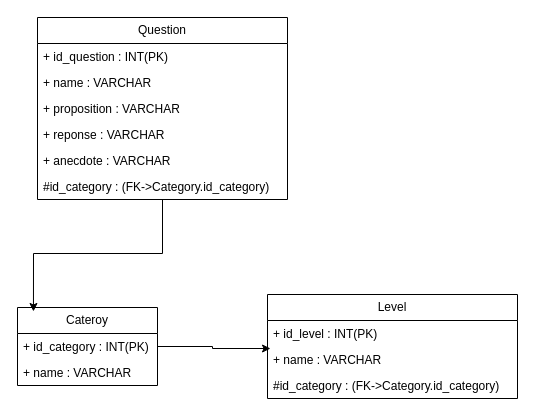
senga200/trivialPWA keeps this draw.io diagram as Diagramme sans nom.drawio. Above is the earlier version. Source tidied: cells renumbered, new cells numbered last; positions are measured from the earlier drawing's top-left corner, leaving out a move shared by most shapes. Both pictures are drawn from the tidied source at 100%, with x=0, y=0 at pixel (17, 17).
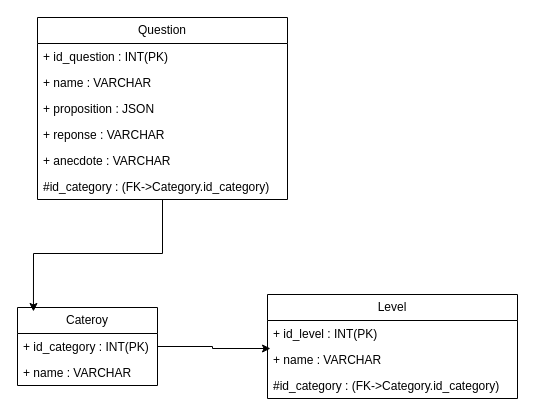
Above is the later version.

The edit, as a diff of the source:
```diff
@@
 <mxGraphModel>
   <root>
     <mxCell id="0" />
     <mxCell id="1" parent="0" />
     <mxCell id="2" value="Cateroy" style="swimlane;fontStyle=0;horizontal=1;startSize=26;fillColor=none;whiteSpace=wrap;html=1;" parent="1" vertex="1">
       <mxGeometry y="290" width="140" height="78" as="geometry" />
     </mxCell>
     <mxCell id="3" value="+ id_category : INT(PK)" style="text;strokeColor=none;fillColor=none;align=left;verticalAlign=top;spacingLeft=4;spacingRight=4;overflow=hidden;whiteSpace=wrap;html=1;" parent="2" vertex="1">
       <mxGeometry y="26" width="140" height="26" as="geometry" />
     </mxCell>
     <mxCell id="4" value="+ name : VARCHAR" style="text;strokeColor=none;fillColor=none;align=left;verticalAlign=top;spacingLeft=4;spacingRight=4;overflow=hidden;whiteSpace=wrap;html=1;" parent="2" vertex="1">
       <mxGeometry y="52" width="140" height="26" as="geometry" />
     </mxCell>
     <mxCell id="5" value="Level" style="swimlane;fontStyle=0;horizontal=1;startSize=26;fillColor=none;whiteSpace=wrap;html=1;" parent="1" vertex="1">
       <mxGeometry x="250" y="277" width="250" height="104" as="geometry" />
     </mxCell>
     <mxCell id="6" value="+ id_level : INT(PK)" style="text;strokeColor=none;fillColor=none;align=left;verticalAlign=top;spacingLeft=4;spacingRight=4;overflow=hidden;whiteSpace=wrap;html=1;" parent="5" vertex="1">
       <mxGeometry y="26" width="250" height="26" as="geometry" />
     </mxCell>
     <mxCell id="7" value="+ name : VARCHAR" style="text;strokeColor=none;fillColor=none;align=left;verticalAlign=top;spacingLeft=4;spacingRight=4;overflow=hidden;points=[[0,0.5],[1,0.5]];portConstraint=eastwest;whiteSpace=wrap;html=1;" parent="5" vertex="1">
       <mxGeometry y="52" width="250" height="26" as="geometry" />
     </mxCell>
     <mxCell id="8" value="#id_category : (FK-&amp;gt;Category.id_category)" style="text;strokeColor=none;fillColor=none;align=left;verticalAlign=top;spacingLeft=4;spacingRight=4;overflow=hidden;whiteSpace=wrap;html=1;" parent="5" vertex="1">
       <mxGeometry y="78" width="250" height="26" as="geometry" />
     </mxCell>
     <mxCell id="9" value="Question" style="swimlane;fontStyle=0;horizontal=1;startSize=26;fillColor=none;whiteSpace=wrap;html=1;" parent="1" vertex="1">
       <mxGeometry x="20" width="250" height="182" as="geometry" />
     </mxCell>
     <mxCell id="10" value="+ id_question : INT(PK)" style="text;strokeColor=none;fillColor=none;align=left;verticalAlign=top;spacingLeft=4;spacingRight=4;overflow=hidden;whiteSpace=wrap;html=1;" parent="9" vertex="1">
       <mxGeometry y="26" width="250" height="26" as="geometry" />
     </mxCell>
     <mxCell id="11" value="+ name : VARCHAR" style="text;strokeColor=none;fillColor=none;align=left;verticalAlign=top;spacingLeft=4;spacingRight=4;overflow=hidden;whiteSpace=wrap;html=1;" parent="9" vertex="1">
       <mxGeometry y="52" width="250" height="26" as="geometry" />
     </mxCell>
-    <mxCell id="12" value="+ proposition : VARCHAR" style="text;strokeColor=none;fillColor=none;align=left;verticalAlign=top;spacingLeft=4;spacingRight=4;overflow=hidden;whiteSpace=wrap;html=1;" parent="9" vertex="1">
+    <mxCell id="12" value="+ proposition : JSON" style="text;strokeColor=none;fillColor=none;align=left;verticalAlign=top;spacingLeft=4;spacingRight=4;overflow=hidden;whiteSpace=wrap;html=1;" parent="9" vertex="1">
       <mxGeometry y="78" width="250" height="26" as="geometry" />
     </mxCell>
     <mxCell id="13" value="+ reponse : VARCHAR" style="text;strokeColor=none;fillColor=none;align=left;verticalAlign=top;spacingLeft=4;spacingRight=4;overflow=hidden;whiteSpace=wrap;html=1;" parent="9" vertex="1">
       <mxGeometry y="104" width="250" height="26" as="geometry" />
     </mxCell>
     <mxCell id="14" value="+ anecdote : VARCHAR" style="text;strokeColor=none;fillColor=none;align=left;verticalAlign=top;spacingLeft=4;spacingRight=4;overflow=hidden;whiteSpace=wrap;html=1;" parent="9" vertex="1">
       <mxGeometry y="130" width="250" height="26" as="geometry" />
     </mxCell>
     <mxCell id="15" value="#id_category : (FK-&amp;gt;Category.id_category)" style="text;strokeColor=none;fillColor=none;align=left;verticalAlign=top;spacingLeft=4;spacingRight=4;overflow=hidden;whiteSpace=wrap;html=1;" parent="9" vertex="1">
       <mxGeometry y="156" width="250" height="26" as="geometry" />
     </mxCell>
     <mxCell id="16" style="edgeStyle=orthogonalEdgeStyle;rounded=0;jettySize=auto;html=1;entryX=0.114;entryY=0.051;entryDx=0;entryDy=0;entryPerimeter=0;" parent="1" edge="1" source="9" target="2">
       <mxGeometry relative="1" as="geometry" />
     </mxCell>
     <mxCell id="17" style="edgeStyle=orthogonalEdgeStyle;rounded=0;jettySize=auto;html=1;entryX=0.012;entryY=0.077;entryDx=0;entryDy=0;entryPerimeter=0;" parent="1" edge="1" source="2" target="7">
       <mxGeometry relative="1" as="geometry" />
     </mxCell>
   </root>
 </mxGraphModel>
```
